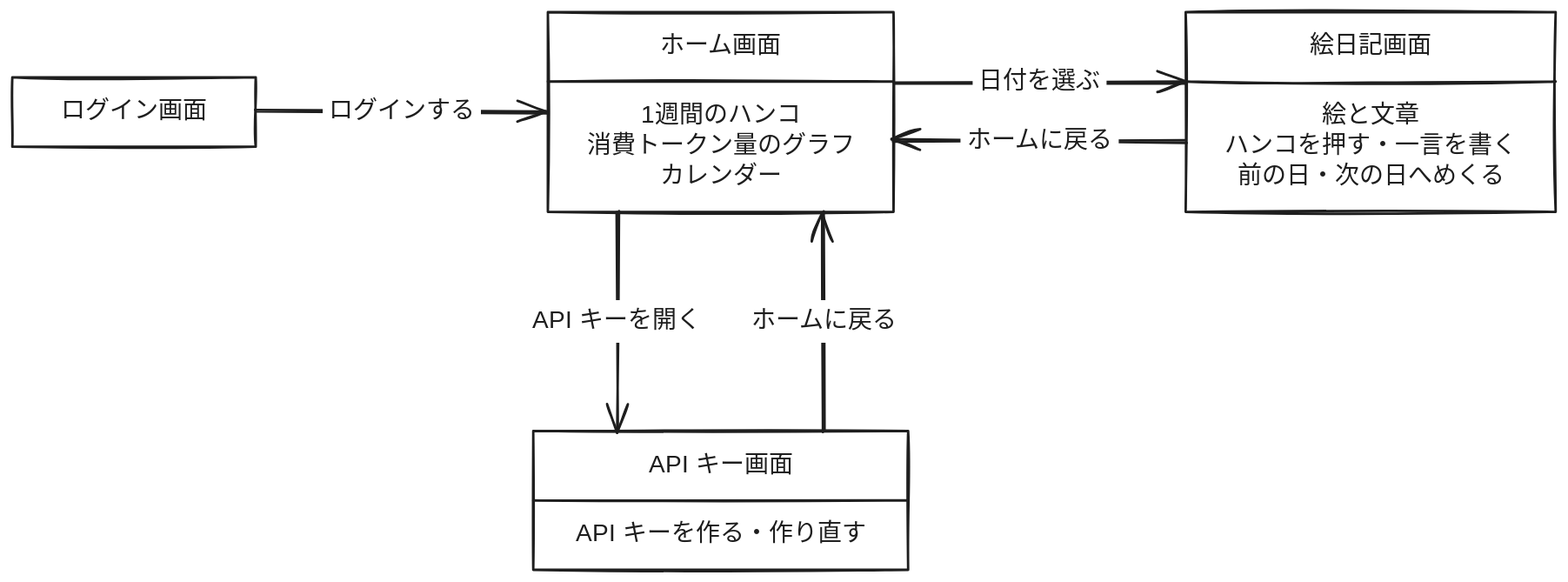
The Excalidraw diagram docs/diagrams/screen-transition.excalidraw.svg in yuta-shacho/enikki-with-ai, before a commit. Source tidied: one line per element, renumbered; positions are measured from the earlier drawing's top-left corner, leaving out a move shared by most shapes.
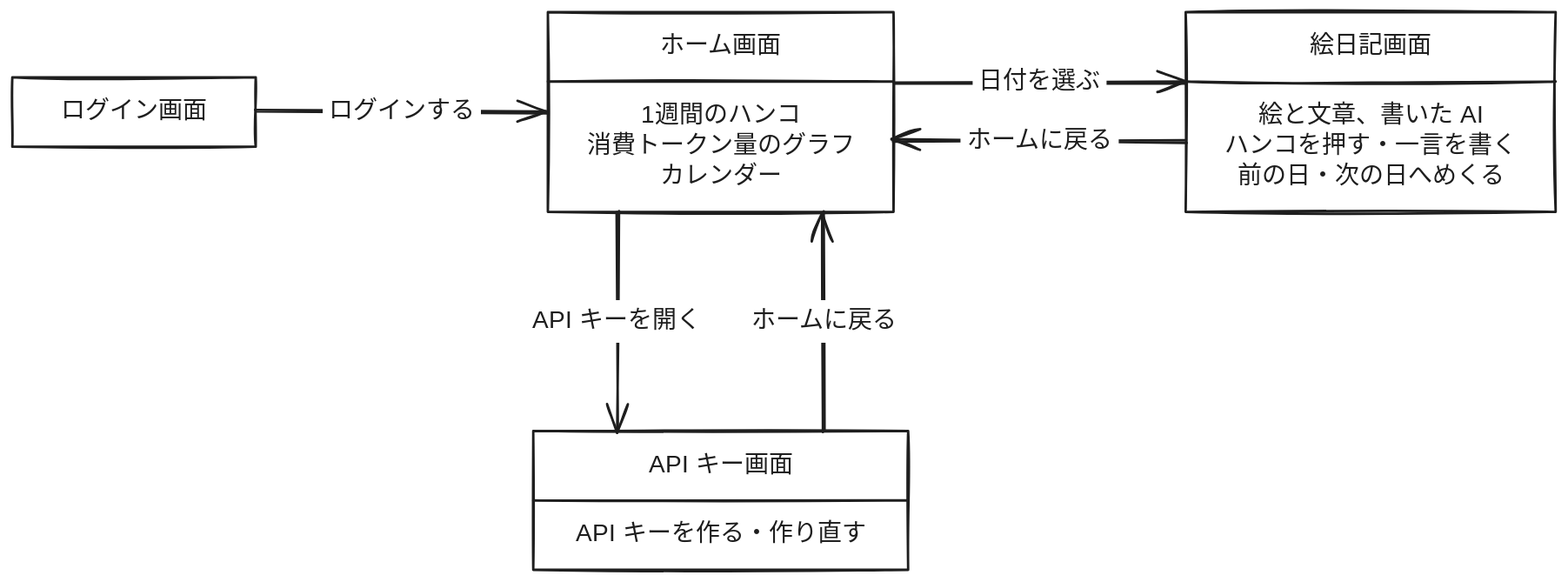
Later version of the same file.

Change to the diagram source:
```diff
@@ -7,7 +7,7 @@
 {"id": 6, "type": "rectangle", "strokeColor": "#1e1e1e", "strokeWidth": 2, "roughness": 1, "x": 964, "y": 0, "width": 304, "height": 164}
 {"id": 7, "type": "text", "text": "絵日記画面", "strokeColor": "#1e1e1e", "strokeWidth": 2, "roughness": 1, "fontSize": 20, "fontFamily": 5, "textAlign": "center", "x": 964, "y": 16, "width": 304, "height": 25}
 {"id": 8, "type": "line", "strokeColor": "#1e1e1e", "strokeWidth": 2, "roughness": 1, "x": 964, "y": 57, "width": 304, "height": 0, "points": [[0, 0], [304, 0]]}
-{"id": 9, "type": "text", "text": "絵と文章\nハンコを押す・一言を書く\n前の日・次の日へめくる", "strokeColor": "#1e1e1e", "strokeWidth": 2, "roughness": 1, "fontSize": 20, "fontFamily": 5, "textAlign": "center", "x": 964, "y": 73, "width": 304, "height": 75}
+{"id": 9, "type": "text", "text": "絵と文章、書いた AI\nハンコを押す・一言を書く\n前の日・次の日へめくる", "strokeColor": "#1e1e1e", "strokeWidth": 2, "roughness": 1, "fontSize": 20, "fontFamily": 5, "textAlign": "center", "x": 964, "y": 73, "width": 304, "height": 75}
 {"id": 10, "type": "rectangle", "strokeColor": "#1e1e1e", "strokeWidth": 2, "roughness": 1, "x": 428, "y": 344, "width": 308, "height": 114}
 {"id": 11, "type": "text", "text": "API キー画面", "strokeColor": "#1e1e1e", "strokeWidth": 2, "roughness": 1, "fontSize": 20, "fontFamily": 5, "textAlign": "center", "x": 428, "y": 360, "width": 308, "height": 25}
 {"id": 12, "type": "line", "strokeColor": "#1e1e1e", "strokeWidth": 2, "roughness": 1, "x": 428, "y": 401, "width": 308, "height": 0, "points": [[0, 0], [308, 0]]}
```
